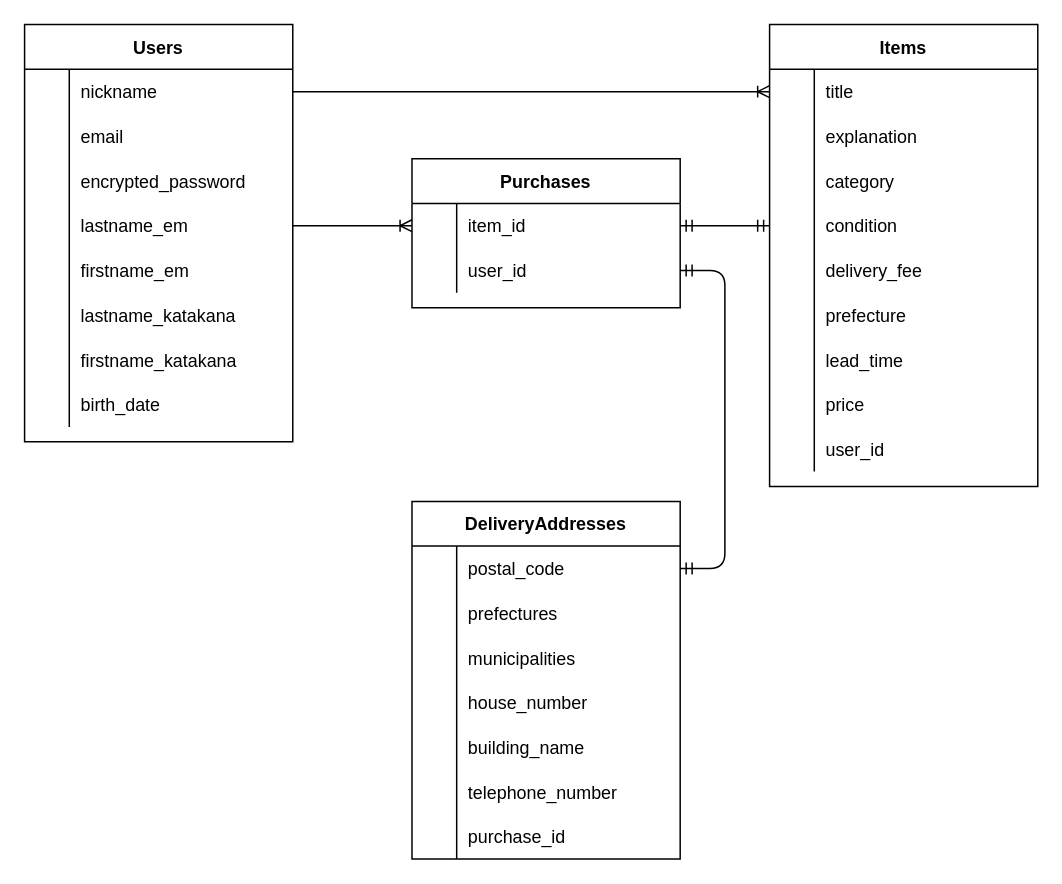
Above: furima.dio in hirokichitana/furima-37142 (draw.io), before the change. Source tidied: cells renumbered, new cells numbered last; positions are measured from the earlier drawing's top-left corner, leaving out a move shared by most shapes. Both pictures are drawn from the tidied source at 149%, with x=0, y=0 at pixel (24, 24).
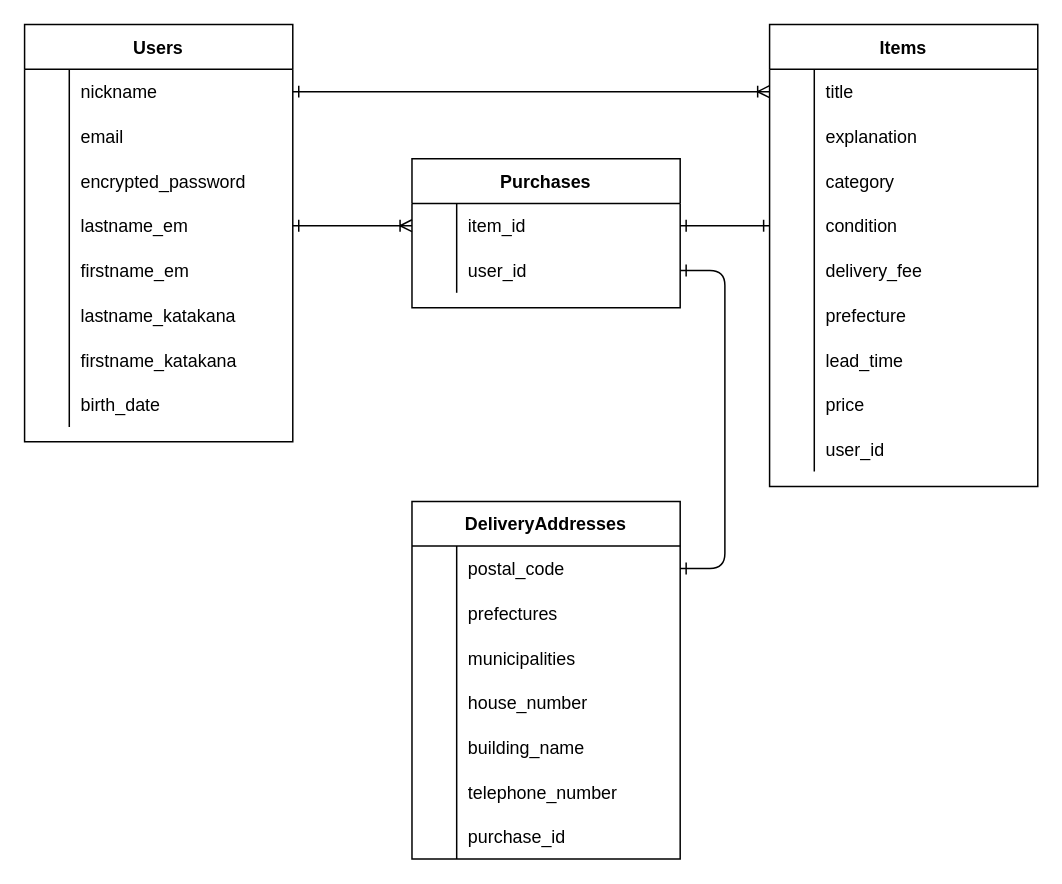
The same page after the edit.

Commit message:
ER図の再再修正

The change refers to these unchanged cells:
```xml
<mxCell id="12" style="shape=partialRectangle;fillColor=none;top=0;left=0;bottom=0;right=0;points=[[0,0.5],[1,0.5]];portConstraint=eastwest;rounded=0;" parent="2" vertex="1">
  <mxGeometry y="120" width="180" height="30" as="geometry" />
</mxCell>
<mxCell id="40" style="shape=partialRectangle;fillColor=none;top=0;left=0;bottom=0;right=0;points=[[0,0.5],[1,0.5]];portConstraint=eastwest;" parent="30" vertex="1">
  <mxGeometry y="120" width="180" height="30" as="geometry" />
</mxCell>
<mxCell id="79" style="shape=partialRectangle;fillColor=none;top=0;left=0;bottom=0;right=0;points=[[0,0.5],[1,0.5]];portConstraint=eastwest;" parent="78" vertex="1">
  <mxGeometry y="30" width="180" height="30" as="geometry" />
</mxCell>
<mxCell id="82" style="shape=partialRectangle;fillColor=none;top=0;left=0;bottom=0;right=0;points=[[0,0.5],[1,0.5]];portConstraint=eastwest;" parent="78" vertex="1">
  <mxGeometry y="60" width="180" height="30" as="geometry" />
</mxCell>
```

Diff of the diagram source:
```diff
@@
-    <mxCell id="55" style="edgeStyle=entityRelationEdgeStyle;fontSize=12;html=1;endArrow=ERoneToMany;exitX=1;exitY=0.5;exitDx=0;exitDy=0;entryX=0;entryY=0.5;entryDx=0;entryDy=0;" parent="1" edge="1">
+    <mxCell id="55" style="edgeStyle=entityRelationEdgeStyle;fontSize=12;html=1;endArrow=ERoneToMany;exitX=1;exitY=0.5;exitDx=0;exitDy=0;entryX=0;entryY=0.5;entryDx=0;entryDy=0;endFill=0;startArrow=ERone;startFill=0;" parent="1" edge="1">
       <mxGeometry relative="1" as="geometry">
         <mxPoint x="180" y="45" as="sourcePoint" />
         <mxPoint x="500" y="45" as="targetPoint" />
       </mxGeometry>
     </mxCell>
@@
-    <mxCell id="85" style="edgeStyle=entityRelationEdgeStyle;fontSize=12;html=1;endArrow=ERmandOne;startArrow=ERmandOne;exitX=1;exitY=0.5;exitDx=0;exitDy=0;entryX=0;entryY=0.5;entryDx=0;entryDy=0;" parent="1" edge="1" source="79" target="12">
+    <mxCell id="85" style="edgeStyle=entityRelationEdgeStyle;fontSize=12;html=1;endArrow=ERone;startArrow=ERone;exitX=1;exitY=0.5;exitDx=0;exitDy=0;entryX=0;entryY=0.5;entryDx=0;entryDy=0;startFill=0;endFill=0;" parent="1" edge="1" source="79" target="12">
       <mxGeometry relative="1" as="geometry" />
     </mxCell>
-    <mxCell id="86" style="edgeStyle=entityRelationEdgeStyle;fontSize=12;html=1;endArrow=ERmandOne;startArrow=ERmandOne;exitX=1;exitY=0.5;exitDx=0;exitDy=0;entryX=1;entryY=0.5;entryDx=0;entryDy=0;" parent="1" edge="1" target="82">
+    <mxCell id="86" style="edgeStyle=entityRelationEdgeStyle;fontSize=12;html=1;endArrow=ERone;startArrow=ERone;exitX=1;exitY=0.5;exitDx=0;exitDy=0;entryX=1;entryY=0.5;entryDx=0;entryDy=0;startFill=0;endFill=0;" parent="1" edge="1" target="82">
       <mxGeometry relative="1" as="geometry">
         <mxPoint x="440" y="365" as="sourcePoint" />
       </mxGeometry>
     </mxCell>
-    <mxCell id="87" style="edgeStyle=entityRelationEdgeStyle;fontSize=12;html=1;endArrow=ERoneToMany;exitX=1;exitY=0.5;exitDx=0;exitDy=0;entryX=0;entryY=0.5;entryDx=0;entryDy=0;" parent="1" edge="1" source="40" target="79">
+    <mxCell id="87" style="edgeStyle=entityRelationEdgeStyle;fontSize=12;html=1;endArrow=ERoneToMany;exitX=1;exitY=0.5;exitDx=0;exitDy=0;entryX=0;entryY=0.5;entryDx=0;entryDy=0;startArrow=ERone;startFill=0;" parent="1" edge="1" source="40" target="79">
       <mxGeometry relative="1" as="geometry" />
     </mxCell>
```
